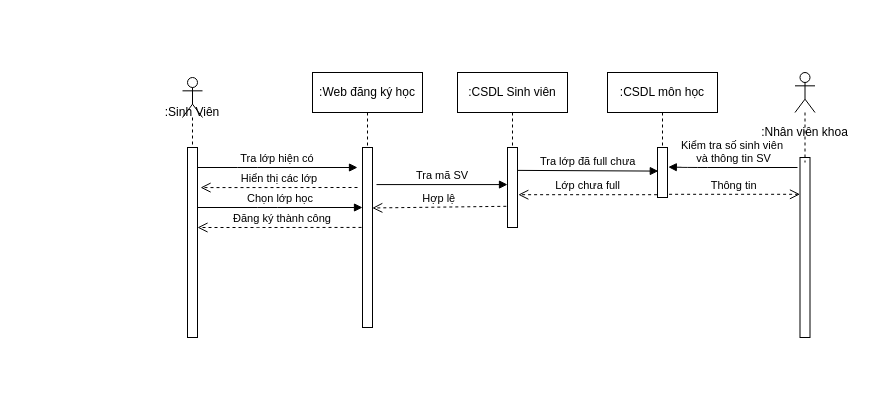
Above: Untitled Diagram.drawio in Black-Cloud-2301/diagram (draw.io), before the change. Source tidied: cells renumbered, new cells numbered last; positions are measured from the earlier drawing's top-left corner, leaving out a move shared by most shapes. Both pictures are drawn from the tidied source at 100%, with x=0, y=0 at pixel (157, 47).
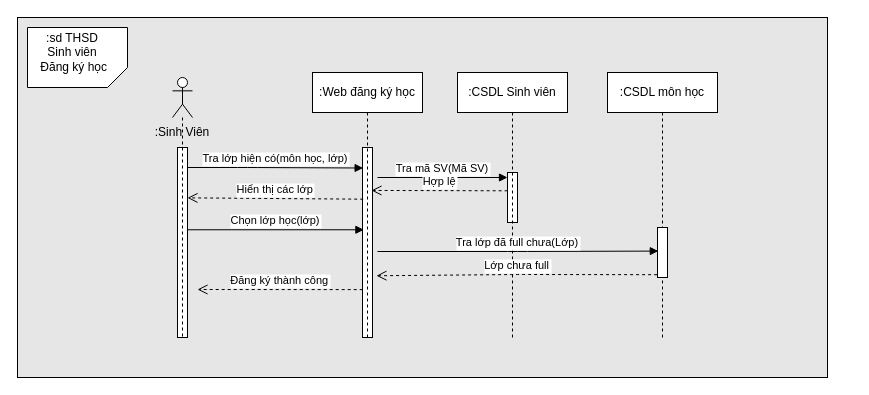
The same page after the edit.

The change refers to these unchanged cells:
```xml
<mxCell id="9" style="points=[];perimeter=orthogonalPerimeter;rounded=0;shadow=0;strokeWidth=1;" parent="8" vertex="1">
  <mxGeometry x="30" y="100" width="10" height="190" as="geometry" />
</mxCell>
```

The edit, as a diff of the source:
```diff
@@
-    <mxCell id="2" style="points=[];perimeter=orthogonalPerimeter;rounded=0;shadow=0;strokeWidth=1;" parent="1" vertex="1">
-      <mxGeometry x="500" y="100" width="10" height="50" as="geometry" />
-    </mxCell>
+    <mxCell id="27" style="rounded=0;whiteSpace=wrap;html=1;fillColor=#E6E6E6;" parent="1" vertex="1">
+      <mxGeometry x="-140" y="-30" width="810" height="360" as="geometry" />
+    </mxCell>
-    <mxCell id="3" value="Đăng ký thành công" style="verticalAlign=bottom;endArrow=open;dashed=1;endSize=8;shadow=0;strokeWidth=1;exitX=0.5;exitY=0.444;exitDx=0;exitDy=0;exitPerimeter=0;" parent="1" edge="1" source="7" target="9">
+    <mxCell id="3" value="Đăng ký thành công" style="verticalAlign=bottom;endArrow=open;dashed=1;endSize=8;shadow=0;strokeWidth=1;exitX=0.02;exitY=0.748;exitDx=0;exitDy=0;exitPerimeter=0;" parent="1" edge="1" source="7">
       <mxGeometry relative="1" as="geometry">
-        <Array as="points">
-          <mxPoint x="110" y="180" />
-        </Array>
+        <mxPoint x="40" y="242" as="targetPoint" />
       </mxGeometry>
     </mxCell>
-    <mxCell id="4" value="Chọn lớp học" style="verticalAlign=bottom;endArrow=block;shadow=0;strokeWidth=1;" parent="1" edge="1" source="9" target="7">
-      <mxGeometry relative="1" as="geometry">
-        <Array as="points">
-          <mxPoint x="110" y="160" />
-        </Array>
-      </mxGeometry>
+    <mxCell id="4" value="Chọn lớp học(lớp)" style="verticalAlign=bottom;endArrow=block;shadow=0;strokeWidth=1;entryX=0.14;entryY=0.433;entryDx=0;entryDy=0;entryPerimeter=0;" parent="1" edge="1" source="9" target="7">
+      <mxGeometry relative="1" as="geometry" />
     </mxCell>
-    <mxCell id="5" value="Kiểm tra số sinh viên&#10; và thông tin SV" style="verticalAlign=bottom;endArrow=block;shadow=0;strokeWidth=1;entryX=1.08;entryY=0.392;entryDx=0;entryDy=0;entryPerimeter=0;" parent="1" edge="1" target="2">
-      <mxGeometry relative="1" as="geometry">
-        <mxPoint x="640" y="120" as="sourcePoint" />
-        <Array as="points">
-          <mxPoint x="540" y="120" />
-        </Array>
-      </mxGeometry>
-    </mxCell>
-    <mxCell id="6" value="Thông tin" style="verticalAlign=bottom;endArrow=open;dashed=1;endSize=8;shadow=0;strokeWidth=1;exitX=1.16;exitY=0.936;exitDx=0;exitDy=0;exitPerimeter=0;" parent="1" edge="1" source="2" target="15">
-      <mxGeometry relative="1" as="geometry" />
-    </mxCell>
     <mxCell id="7" style="points=[];perimeter=orthogonalPerimeter;rounded=0;shadow=0;strokeWidth=1;" parent="1" vertex="1">
-      <mxGeometry x="205" y="100" width="10" height="180" as="geometry" />
+      <mxGeometry x="205" y="100" width="10" height="190" as="geometry" />
     </mxCell>
     <mxCell id="8" style="group;" parent="1" vertex="1">
-      <mxGeometry width="70" height="290" as="geometry" />
+      <mxGeometry x="-10" width="70" height="290" as="geometry" />
     </mxCell>
@@
     <mxCell id="10" style="shape=umlLifeline;participant=umlActor;perimeter=lifelinePerimeter;whiteSpace=wrap;html=1;verticalAlign=top;spacingTop=36;" parent="8" vertex="1">
-      <mxGeometry x="25" y="30" width="20" height="70" as="geometry" />
+      <mxGeometry x="25" y="30" width="20" height="260" as="geometry" />
     </mxCell>
     <mxCell id="11" value=":Sinh Viên" style="text;html=1;strokeColor=none;fillColor=none;align=center;verticalAlign=middle;whiteSpace=wrap;rounded=0;" parent="8" vertex="1">
-      <mxGeometry y="50" width="70" height="30" as="geometry" />
+      <mxGeometry y="70" width="70" height="30" as="geometry" />
     </mxCell>
-    <mxCell id="12" style="group;" parent="1" vertex="1">
-      <mxGeometry x="600" y="25" width="95" height="265" as="geometry" />
-    </mxCell>
-    <mxCell id="13" value=":Nhân viên khoa" style="text;html=1;strokeColor=none;fillColor=none;align=center;verticalAlign=middle;whiteSpace=wrap;rounded=0;" parent="12" vertex="1">
-      <mxGeometry y="45" width="95" height="30" as="geometry" />
-    </mxCell>
-    <mxCell id="14" style="group;" parent="12" vertex="1">
-      <mxGeometry x="37.5" width="20" height="265" as="geometry" />
-    </mxCell>
-    <mxCell id="15" style="points=[];perimeter=orthogonalPerimeter;rounded=0;shadow=0;strokeWidth=1;" parent="14" vertex="1">
-      <mxGeometry x="5" y="85" width="10" height="180" as="geometry" />
-    </mxCell>
-    <mxCell id="16" style="shape=umlLifeline;participant=umlActor;perimeter=lifelinePerimeter;whiteSpace=wrap;html=1;verticalAlign=top;spacingTop=36;" parent="14" vertex="1">
-      <mxGeometry width="20" height="90" as="geometry" />
-    </mxCell>
     <mxCell id="17" style="points=[];perimeter=orthogonalPerimeter;rounded=0;shadow=0;strokeWidth=1;" parent="1" vertex="1">
-      <mxGeometry x="350" y="100" width="10" height="80" as="geometry" />
+      <mxGeometry x="350" y="125" width="10" height="50" as="geometry" />
     </mxCell>
     <mxCell id="18" value=":Web đăng ký học" style="shape=umlLifeline;perimeter=lifelinePerimeter;whiteSpace=wrap;html=1;" parent="1" vertex="1">
-      <mxGeometry x="155" y="25" width="110" height="75" as="geometry" />
+      <mxGeometry x="155" y="25" width="110" height="265" as="geometry" />
     </mxCell>
     <mxCell id="19" value=":CSDL Sinh viên" style="shape=umlLifeline;perimeter=lifelinePerimeter;whiteSpace=wrap;html=1;" parent="1" vertex="1">
-      <mxGeometry x="300" y="25" width="110" height="75" as="geometry" />
+      <mxGeometry x="300" y="25" width="110" height="265" as="geometry" />
     </mxCell>
     <mxCell id="20" value=":CSDL môn học" style="shape=umlLifeline;perimeter=lifelinePerimeter;whiteSpace=wrap;html=1;" parent="1" vertex="1">
-      <mxGeometry x="450" y="25" width="110" height="75" as="geometry" />
+      <mxGeometry x="450" y="25" width="110" height="265" as="geometry" />
     </mxCell>
+    <mxCell id="2" style="points=[];perimeter=orthogonalPerimeter;rounded=0;shadow=0;strokeWidth=1;" parent="20" vertex="1">
+      <mxGeometry x="50" y="155" width="10" height="50" as="geometry" />
+    </mxCell>
-    <mxCell id="21" value="Tra mã SV" style="verticalAlign=bottom;endArrow=block;shadow=0;strokeWidth=1;exitX=1.4;exitY=0.206;exitDx=0;exitDy=0;exitPerimeter=0;" parent="1" edge="1" source="7" target="17">
-      <mxGeometry relative="1" as="geometry" />
+    <mxCell id="21" value="Tra mã SV(Mã SV)" style="verticalAlign=bottom;endArrow=block;shadow=0;strokeWidth=1;" parent="1" edge="1" target="17">
+      <mxGeometry relative="1" as="geometry">
+        <mxPoint x="220" y="130" as="sourcePoint" />
+      </mxGeometry>
     </mxCell>
-    <mxCell id="22" value="Tra lớp đã full chưa" style="verticalAlign=bottom;endArrow=block;shadow=0;strokeWidth=1;exitX=0.971;exitY=0.286;exitDx=0;exitDy=0;exitPerimeter=0;entryX=0.08;entryY=0.472;entryDx=0;entryDy=0;entryPerimeter=0;" parent="1" edge="1" source="17" target="2">
-      <mxGeometry relative="1" as="geometry" />
+    <mxCell id="22" value="Tra lớp đã full chưa(Lớp)" style="verticalAlign=bottom;endArrow=block;shadow=0;strokeWidth=1;entryX=0.08;entryY=0.472;entryDx=0;entryDy=0;entryPerimeter=0;" parent="1" edge="1" target="2">
+      <mxGeometry relative="1" as="geometry">
+        <mxPoint x="220" y="204" as="sourcePoint" />
+        <Array as="points">
+          <mxPoint x="360" y="204" />
+        </Array>
+      </mxGeometry>
     </mxCell>
-    <mxCell id="23" value="Hiển thị các lớp" style="verticalAlign=bottom;endArrow=open;dashed=1;endSize=8;shadow=0;strokeWidth=1;entryX=1.305;entryY=0.211;entryDx=0;entryDy=0;entryPerimeter=0;" parent="1" edge="1" target="9">
-      <mxGeometry relative="1" as="geometry">
-        <mxPoint x="200" y="140" as="sourcePoint" />
-      </mxGeometry>
+    <mxCell id="23" value="Hiển thị các lớp" style="verticalAlign=bottom;endArrow=open;dashed=1;endSize=8;shadow=0;strokeWidth=1;entryX=1;entryY=0.265;entryDx=0;entryDy=0;entryPerimeter=0;exitX=0.067;exitY=0.272;exitDx=0;exitDy=0;exitPerimeter=0;" parent="1" edge="1" source="7" target="9">
+      <mxGeometry relative="1" as="geometry" />
     </mxCell>
-    <mxCell id="24" value="Lớp chưa full" style="verticalAlign=bottom;endArrow=open;dashed=1;endSize=8;shadow=0;strokeWidth=1;exitX=-0.04;exitY=0.944;exitDx=0;exitDy=0;exitPerimeter=0;entryX=1.08;entryY=0.59;entryDx=0;entryDy=0;entryPerimeter=0;" parent="1" edge="1" source="2" target="17">
-      <mxGeometry relative="1" as="geometry" />
+    <mxCell id="24" value="Lớp chưa full" style="verticalAlign=bottom;endArrow=open;dashed=1;endSize=8;shadow=0;strokeWidth=1;exitX=-0.04;exitY=0.944;exitDx=0;exitDy=0;exitPerimeter=0;entryX=1.393;entryY=0.675;entryDx=0;entryDy=0;entryPerimeter=0;" parent="1" edge="1" source="2" target="7">
+      <mxGeometry relative="1" as="geometry">
+        <Array as="points">
+          <mxPoint x="361" y="227" />
+        </Array>
+      </mxGeometry>
     </mxCell>
-    <mxCell id="25" value="Hợp lệ" style="verticalAlign=bottom;endArrow=open;dashed=1;endSize=8;shadow=0;strokeWidth=1;exitX=-0.12;exitY=0.735;exitDx=0;exitDy=0;exitPerimeter=0;entryX=0.98;entryY=0.336;entryDx=0;entryDy=0;entryPerimeter=0;" parent="1" edge="1" source="17" target="7">
+    <mxCell id="25" value="Hợp lệ" style="verticalAlign=bottom;endArrow=open;dashed=1;endSize=8;shadow=0;strokeWidth=1;exitX=0.014;exitY=0.366;exitDx=0;exitDy=0;exitPerimeter=0;entryX=0.9;entryY=0.226;entryDx=0;entryDy=0;entryPerimeter=0;" parent="1" edge="1" source="17" target="7">
       <mxGeometry relative="1" as="geometry" />
     </mxCell>
-    <mxCell id="26" value="Tra lớp hiện có" style="verticalAlign=bottom;endArrow=block;shadow=0;strokeWidth=1;" parent="1" edge="1" source="9">
+    <mxCell id="26" value="Tra lớp hiện có(môn học, lớp)" style="verticalAlign=bottom;endArrow=block;shadow=0;strokeWidth=1;entryX=0.06;entryY=0.108;entryDx=0;entryDy=0;entryPerimeter=0;" parent="1" edge="1" source="9" target="7">
       <mxGeometry relative="1" as="geometry">
-        <mxPoint x="200" y="120" as="targetPoint" />
         <Array as="points">
           <mxPoint x="90" y="120" />
         </Array>
       </mxGeometry>
     </mxCell>
+    <mxCell id="28" style="verticalLabelPosition=bottom;verticalAlign=top;html=1;shape=card;whiteSpace=wrap;size=20;arcSize=12;direction=west;" parent="1" vertex="1">
+      <mxGeometry x="-130" y="-20" width="100" height="60" as="geometry" />
+    </mxCell>
+    <mxCell id="29" value=":sd THSD&lt;br&gt;Sinh viên&lt;br&gt;&amp;nbsp;Đăng ký học" style="text;html=1;strokeColor=none;fillColor=none;align=center;verticalAlign=middle;whiteSpace=wrap;rounded=0;" parent="1" vertex="1">
+      <mxGeometry x="-130" y="-20" width="90" height="50" as="geometry" />
+    </mxCell>
```
